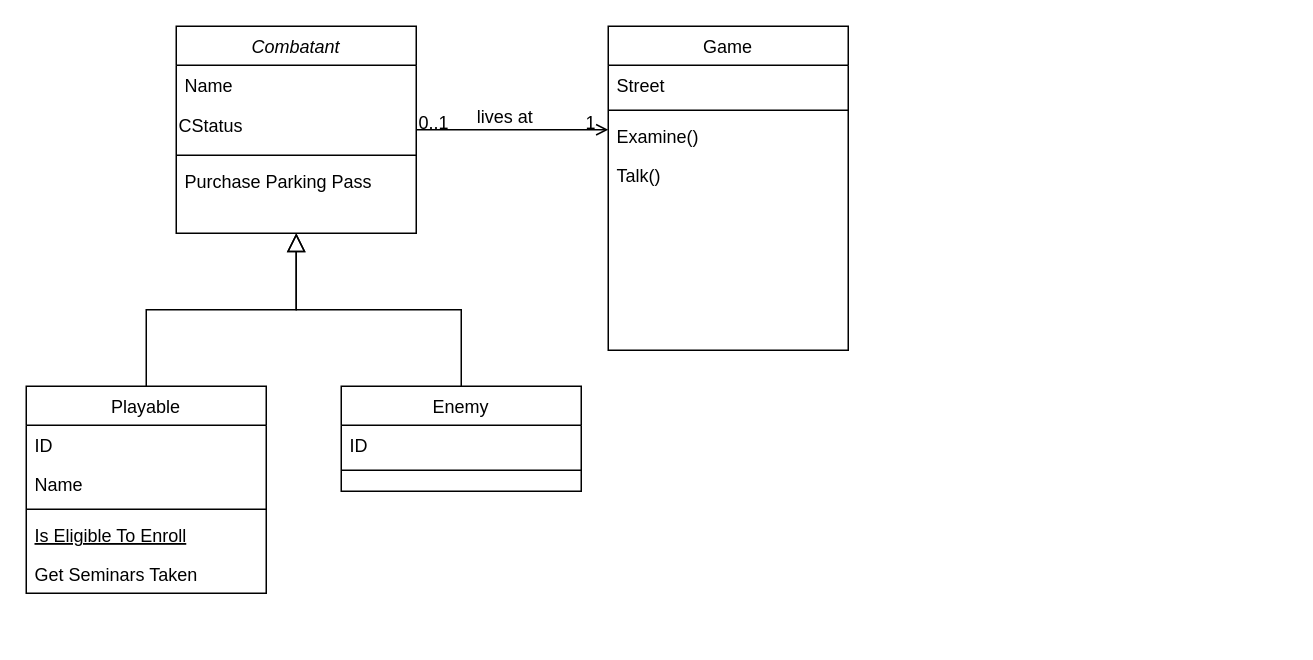
wildwood44/WildAndWyrdDemo keeps this draw.io diagram as WandW_class.drawio. Above is the earlier version. Source tidied: cells renumbered, new cells numbered last; positions are measured from the earlier drawing's top-left corner, leaving out a move shared by most shapes. Both pictures are drawn from the tidied source at 150%, with x=0, y=0 at pixel (26, 26).
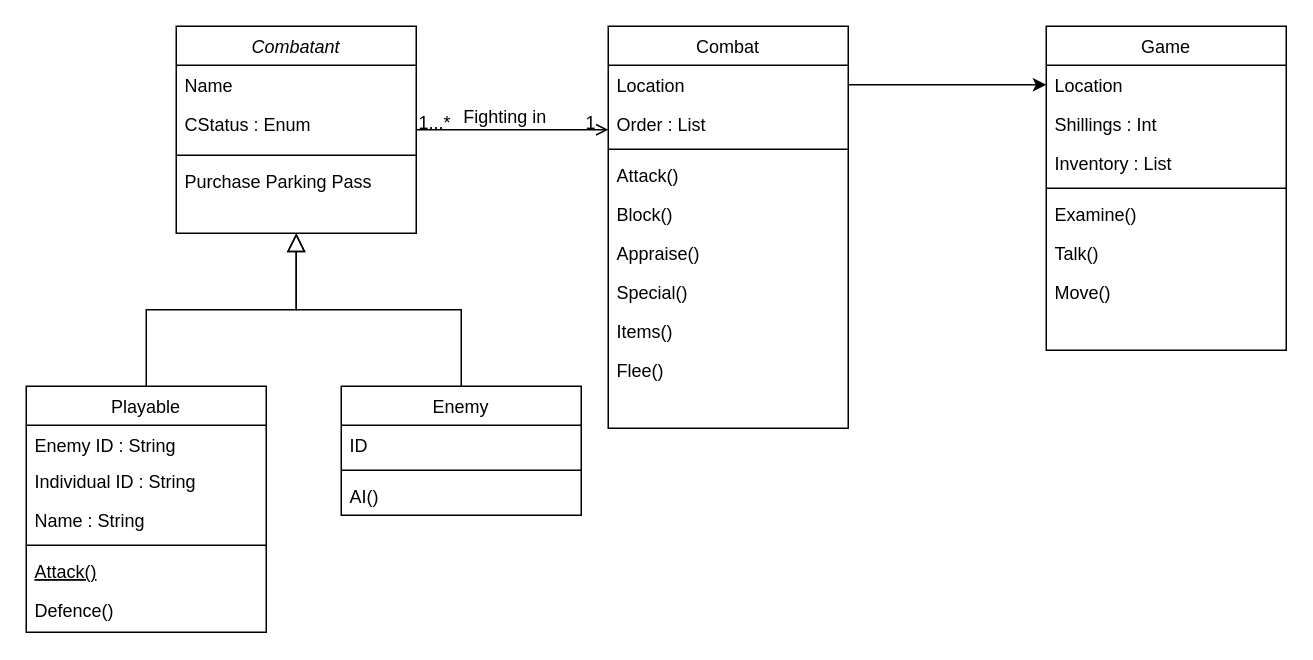
The same page after the edit.

Unchanged cells that the change refers to:
```xml
<mxCell id="2" value="Combatant" style="swimlane;fontStyle=2;align=center;verticalAlign=top;horizontal=1;startSize=26;rounded=0;shadow=0;strokeWidth=1;" parent="1" vertex="1">
  <mxGeometry x="100" width="160" height="138" as="geometry" />
</mxCell>
<mxCell id="23" style="endArrow=open;shadow=0;strokeWidth=1;rounded=0;endFill=1;edgeStyle=elbowEdgeStyle;elbow=vertical;" parent="1" edge="1" source="2" target="18">
  <mxGeometry x="0.5" y="41" relative="1" as="geometry">
    <mxPoint x="-40" y="32" as="offset" />
  </mxGeometry>
</mxCell>
```

Diff of the diagram source:
```diff
@@
-    <mxCell id="4" value="CStatus" style="text;html=1;strokeColor=none;fillColor=none;align=left;verticalAlign=middle;whiteSpace=wrap;rounded=0;" parent="2" vertex="1">
+    <mxCell id="4" value="CStatus : Enum" style="text;strokeColor=none;fillColor=none;align=left;verticalAlign=top;rounded=0;spacingLeft=4;spacingRight=4;" parent="2" vertex="1">
       <mxGeometry y="52" width="160" height="30" as="geometry" />
     </mxCell>
@@
     <mxCell id="7" value="Playable" style="swimlane;fontStyle=0;align=center;verticalAlign=top;horizontal=1;startSize=26;rounded=0;shadow=0;strokeWidth=1;" parent="1" vertex="1">
-      <mxGeometry y="240" width="160" height="138" as="geometry" />
+      <mxGeometry y="240" width="160" height="164" as="geometry" />
     </mxCell>
-    <mxCell id="8" value="ID" style="text;align=left;verticalAlign=top;spacingLeft=4;spacingRight=4;overflow=hidden;" parent="7" vertex="1">
-      <mxGeometry y="26" width="160" height="26" as="geometry" />
+    <mxCell id="8" value="Enemy ID : String" style="text;align=left;verticalAlign=top;spacingLeft=4;spacingRight=4;overflow=hidden;" parent="7" vertex="1">
+      <mxGeometry y="26" width="160" height="24" as="geometry" />
     </mxCell>
+    <mxCell id="27" value="Individual ID : String" style="text;align=left;verticalAlign=top;spacingLeft=4;spacingRight=4;overflow=hidden;" parent="7" vertex="1">
+      <mxGeometry y="50" width="160" height="26" as="geometry" />
+    </mxCell>
-    <mxCell id="9" value="Name" style="text;align=left;verticalAlign=top;spacingLeft=4;spacingRight=4;overflow=hidden;rounded=0;shadow=0;html=0;" parent="7" vertex="1">
-      <mxGeometry y="52" width="160" height="26" as="geometry" />
+    <mxCell id="9" value="Name : String" style="text;align=left;verticalAlign=top;spacingLeft=4;spacingRight=4;overflow=hidden;rounded=0;shadow=0;html=0;" parent="7" vertex="1">
+      <mxGeometry y="76" width="160" height="26" as="geometry" />
     </mxCell>
     <mxCell id="10" style="line;html=1;strokeWidth=1;align=left;verticalAlign=middle;spacingTop=-1;spacingLeft=3;spacingRight=3;labelPosition=right;" parent="7" vertex="1">
-      <mxGeometry y="78" width="160" height="8" as="geometry" />
+      <mxGeometry y="102" width="160" height="8" as="geometry" />
     </mxCell>
-    <mxCell id="11" value="Is Eligible To Enroll" style="text;align=left;verticalAlign=top;spacingLeft=4;spacingRight=4;overflow=hidden;fontStyle=4;" parent="7" vertex="1">
-      <mxGeometry y="86" width="160" height="26" as="geometry" />
+    <mxCell id="11" value="Attack()" style="text;align=left;verticalAlign=top;spacingLeft=4;spacingRight=4;overflow=hidden;fontStyle=4;" parent="7" vertex="1">
+      <mxGeometry y="110" width="160" height="26" as="geometry" />
     </mxCell>
-    <mxCell id="12" value="Get Seminars Taken" style="text;align=left;verticalAlign=top;spacingLeft=4;spacingRight=4;overflow=hidden;" parent="7" vertex="1">
-      <mxGeometry y="112" width="160" height="26" as="geometry" />
+    <mxCell id="12" value="Defence()" style="text;align=left;verticalAlign=top;spacingLeft=4;spacingRight=4;overflow=hidden;" parent="7" vertex="1">
+      <mxGeometry y="136" width="160" height="26" as="geometry" />
     </mxCell>
@@
     <mxCell id="14" value="Enemy" style="swimlane;fontStyle=0;align=center;verticalAlign=top;horizontal=1;startSize=26;rounded=0;shadow=0;strokeWidth=1;" parent="1" vertex="1">
-      <mxGeometry x="210" y="240" width="160" height="70" as="geometry" />
+      <mxGeometry x="210" y="240" width="160" height="86" as="geometry" />
     </mxCell>
@@
+    <mxCell id="28" value="AI()" style="text;align=left;verticalAlign=top;spacingLeft=4;spacingRight=4;overflow=hidden;" parent="14" vertex="1">
+      <mxGeometry y="60" width="160" height="26" as="geometry" />
+    </mxCell>
@@
-    <mxCell id="18" value="Game" style="swimlane;fontStyle=0;align=center;verticalAlign=top;horizontal=1;startSize=26;rounded=0;shadow=0;strokeWidth=1;" parent="1" vertex="1">
-      <mxGeometry x="388" width="160" height="216" as="geometry" />
+    <mxCell id="18" value="Combat" style="swimlane;fontStyle=0;align=center;verticalAlign=top;horizontal=1;startSize=26;rounded=0;shadow=0;strokeWidth=1;" parent="1" vertex="1">
+      <mxGeometry x="388" width="160" height="268" as="geometry" />
     </mxCell>
-    <mxCell id="19" value="Street" style="text;align=left;verticalAlign=top;spacingLeft=4;spacingRight=4;overflow=hidden;points=[[0,0.5],[1,0.5]];portConstraint=eastwest;" parent="18" vertex="1">
+    <mxCell id="19" value="Location" style="text;align=left;verticalAlign=top;spacingLeft=4;spacingRight=4;overflow=hidden;points=[[0,0.5],[1,0.5]];portConstraint=eastwest;" parent="18" vertex="1">
       <mxGeometry y="26" width="160" height="26" as="geometry" />
     </mxCell>
+    <mxCell id="29" value="Order : List" style="text;align=left;verticalAlign=top;spacingLeft=4;spacingRight=4;overflow=hidden;" parent="18" vertex="1">
+      <mxGeometry y="52" width="160" height="26" as="geometry" />
+    </mxCell>
     <mxCell id="20" style="line;html=1;strokeWidth=1;align=left;verticalAlign=middle;spacingTop=-1;spacingLeft=3;spacingRight=3;labelPosition=right;" parent="18" vertex="1">
-      <mxGeometry y="52" width="160" height="8" as="geometry" />
+      <mxGeometry y="78" width="160" height="8" as="geometry" />
     </mxCell>
-    <mxCell id="21" value="Examine()" style="text;align=left;verticalAlign=top;spacingLeft=4;spacingRight=4;overflow=hidden;" parent="18" vertex="1">
-      <mxGeometry y="60" width="160" height="26" as="geometry" />
+    <mxCell id="21" value="Attack()" style="text;align=left;verticalAlign=top;spacingLeft=4;spacingRight=4;overflow=hidden;" parent="18" vertex="1">
+      <mxGeometry y="86" width="160" height="26" as="geometry" />
     </mxCell>
-    <mxCell id="22" value="Talk()" style="text;align=left;verticalAlign=top;spacingLeft=4;spacingRight=4;overflow=hidden;" parent="18" vertex="1">
-      <mxGeometry y="86" width="160" height="26" as="geometry" />
+    <mxCell id="22" value="Block()" style="text;align=left;verticalAlign=top;spacingLeft=4;spacingRight=4;overflow=hidden;" parent="18" vertex="1">
+      <mxGeometry y="112" width="160" height="26" as="geometry" />
     </mxCell>
+    <mxCell id="30" value="Appraise()" style="text;align=left;verticalAlign=top;spacingLeft=4;spacingRight=4;overflow=hidden;" parent="18" vertex="1">
+      <mxGeometry y="138" width="160" height="26" as="geometry" />
+    </mxCell>
+    <mxCell id="31" value="Special()" style="text;align=left;verticalAlign=top;spacingLeft=4;spacingRight=4;overflow=hidden;" parent="18" vertex="1">
+      <mxGeometry y="164" width="160" height="26" as="geometry" />
+    </mxCell>
+    <mxCell id="32" value="Items()" style="text;align=left;verticalAlign=top;spacingLeft=4;spacingRight=4;overflow=hidden;" parent="18" vertex="1">
+      <mxGeometry y="190" width="160" height="26" as="geometry" />
+    </mxCell>
+    <mxCell id="33" value="Flee()" style="text;align=left;verticalAlign=top;spacingLeft=4;spacingRight=4;overflow=hidden;" parent="18" vertex="1">
+      <mxGeometry y="216" width="160" height="26" as="geometry" />
+    </mxCell>
@@
-    <mxCell id="24" value="0..1" style="align=left;verticalAlign=bottom;labelBackgroundColor=none;fontSize=12;" parent="23" vertex="1">
+    <mxCell id="24" value="1...*" style="align=left;verticalAlign=bottom;labelBackgroundColor=none;fontSize=12;" parent="23" vertex="1">
       <mxGeometry x="-1" relative="1" as="geometry">
         <mxPoint y="4" as="offset" />
       </mxGeometry>
     </mxCell>
@@
-    <mxCell id="26" value="lives at" style="text;html=1;align=center;verticalAlign=middle;labelBackgroundColor=none;rounded=0;shadow=0;strokeWidth=1;fontSize=12;" parent="23" vertex="1">
+    <mxCell id="26" value="Fighting in" style="text;html=1;align=center;verticalAlign=middle;labelBackgroundColor=none;rounded=0;shadow=0;strokeWidth=1;fontSize=12;" parent="23" vertex="1">
       <mxGeometry x="0.5" y="49" relative="1" as="geometry">
         <mxPoint x="-38" y="40" as="offset" />
       </mxGeometry>
     </mxCell>
+    <mxCell id="34" value="Game" style="swimlane;fontStyle=0;align=center;verticalAlign=top;horizontal=1;startSize=26;rounded=0;shadow=0;strokeWidth=1;" parent="1" vertex="1">
+      <mxGeometry x="680" width="160" height="216" as="geometry" />
+    </mxCell>
+    <mxCell id="35" value="Location" style="text;align=left;verticalAlign=top;spacingLeft=4;spacingRight=4;overflow=hidden;points=[[0,0.5],[1,0.5]];portConstraint=eastwest;" parent="34" vertex="1">
+      <mxGeometry y="26" width="160" height="26" as="geometry" />
+    </mxCell>
+    <mxCell id="36" value="Shillings : Int" style="text;align=left;verticalAlign=top;spacingLeft=4;spacingRight=4;overflow=hidden;" parent="34" vertex="1">
+      <mxGeometry y="52" width="160" height="26" as="geometry" />
+    </mxCell>
+    <mxCell id="37" value="Inventory : List" style="text;align=left;verticalAlign=top;spacingLeft=4;spacingRight=4;overflow=hidden;" parent="34" vertex="1">
+      <mxGeometry y="78" width="160" height="26" as="geometry" />
+    </mxCell>
+    <mxCell id="38" style="line;html=1;strokeWidth=1;align=left;verticalAlign=middle;spacingTop=-1;spacingLeft=3;spacingRight=3;labelPosition=right;" parent="34" vertex="1">
+      <mxGeometry y="104" width="160" height="8" as="geometry" />
+    </mxCell>
+    <mxCell id="39" value="Examine()" style="text;align=left;verticalAlign=top;spacingLeft=4;spacingRight=4;overflow=hidden;" parent="34" vertex="1">
+      <mxGeometry y="112" width="160" height="26" as="geometry" />
+    </mxCell>
+    <mxCell id="40" value="Talk()" style="text;align=left;verticalAlign=top;spacingLeft=4;spacingRight=4;overflow=hidden;" parent="34" vertex="1">
+      <mxGeometry y="138" width="160" height="26" as="geometry" />
+    </mxCell>
+    <mxCell id="41" value="Move()" style="text;align=left;verticalAlign=top;spacingLeft=4;spacingRight=4;overflow=hidden;" parent="34" vertex="1">
+      <mxGeometry y="164" width="160" height="26" as="geometry" />
+    </mxCell>
+    <mxCell id="42" style="edgeStyle=orthogonalEdgeStyle;rounded=0;jettySize=auto;html=1;" parent="1" edge="1" source="19" target="35">
+      <mxGeometry relative="1" as="geometry" />
+    </mxCell>
```
